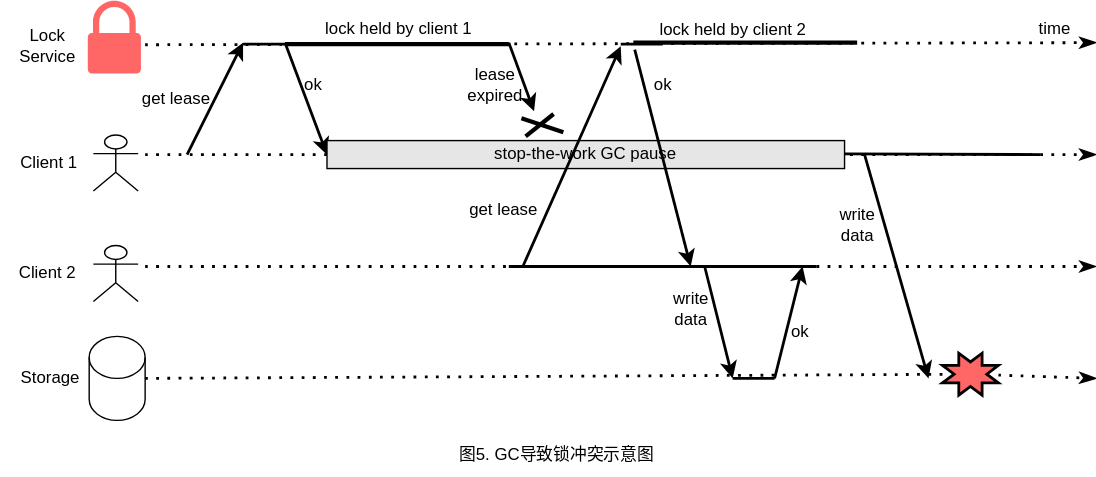
Above: 001-分布式锁/picture/what-is-it-001-007.svg in ssezhangpeng/what-is-it (draw.io), before the change. Source tidied: cells renumbered, new cells last; positions are measured from the earlier drawing's top-left corner, leaving out a move shared by most shapes. Its diagram source:
```xml
<mxGraphModel>
  <root>
    <mxCell id="0" />
    <mxCell id="1" parent="0" />
    <mxCell id="2" style="endArrow=classicThin;dashed=1;html=1;dashPattern=1 3;strokeWidth=2;fontColor=#000000;curved=1;endFill=1;" parent="1" edge="1">
      <mxGeometry relative="1" as="geometry">
        <mxPoint x="103" y="31.5" as="sourcePoint" />
        <mxPoint x="783" y="30" as="targetPoint" />
      </mxGeometry>
    </mxCell>
    <mxCell id="3" style="sketch=0;shadow=0;dashed=0;html=1;strokeColor=none;labelPosition=center;verticalLabelPosition=bottom;verticalAlign=top;align=center;shape=mxgraph.office.security.lock_protected;fillColor=#FF6666;fillStyle=auto;fontColor=#000000;" parent="1" vertex="1">
      <mxGeometry x="62" width="38" height="52" as="geometry" />
    </mxCell>
    <mxCell id="4" value="Lock&lt;br&gt;Service" style="text;html=1;align=center;verticalAlign=middle;strokeColor=none;fillColor=none;fontColor=#000000;" parent="1" vertex="1">
      <mxGeometry x="3" y="12" width="60" height="40" as="geometry" />
    </mxCell>
    <mxCell id="5" style="endArrow=classicThin;dashed=1;html=1;dashPattern=1 3;strokeWidth=2;rounded=0;fontColor=#000000;curved=1;endFill=1;" parent="1" edge="1">
      <mxGeometry relative="1" as="geometry">
        <mxPoint x="103" y="110" as="sourcePoint" />
        <mxPoint x="783" y="110" as="targetPoint" />
      </mxGeometry>
    </mxCell>
    <mxCell id="6" style="endArrow=classicThin;dashed=1;html=1;dashPattern=1 3;strokeWidth=2;rounded=0;fontColor=#000000;curved=1;endFill=1;" parent="1" edge="1">
      <mxGeometry relative="1" as="geometry">
        <mxPoint x="103" y="190" as="sourcePoint" />
        <mxPoint x="783" y="190" as="targetPoint" />
      </mxGeometry>
    </mxCell>
    <mxCell id="7" style="endArrow=classicThin;dashed=1;html=1;dashPattern=1 3;strokeWidth=2;rounded=0;fontColor=#000000;curved=1;startArrow=none;endFill=1;" parent="1" edge="1" source="42">
      <mxGeometry relative="1" as="geometry">
        <mxPoint x="783" y="270" as="targetPoint" />
      </mxGeometry>
    </mxCell>
    <mxCell id="8" style="shape=cylinder3;whiteSpace=wrap;html=1;boundedLbl=1;backgroundOutline=1;size=15;fillStyle=auto;strokeColor=#000000;fontColor=#000000;fillColor=#FFFFFF;" parent="1" vertex="1">
      <mxGeometry x="63" y="240" width="40" height="60" as="geometry" />
    </mxCell>
    <mxCell id="9" value="Storage" style="text;html=1;align=center;verticalAlign=middle;strokeColor=none;fillColor=none;fontColor=#000000;" parent="1" vertex="1">
      <mxGeometry y="255" width="70" height="30" as="geometry" />
    </mxCell>
    <mxCell id="10" style="shape=umlActor;verticalLabelPosition=bottom;verticalAlign=top;html=1;fillStyle=auto;strokeColor=#000000;fontColor=#000000;fillColor=#FFFFFF;" parent="1" vertex="1">
      <mxGeometry x="66" y="96" width="32" height="40" as="geometry" />
    </mxCell>
    <mxCell id="11" style="shape=umlActor;verticalLabelPosition=bottom;verticalAlign=top;html=1;fillStyle=auto;strokeColor=#000000;fontColor=#000000;fillColor=#FFFFFF;" parent="1" vertex="1">
      <mxGeometry x="66" y="175" width="32" height="40" as="geometry" />
    </mxCell>
    <mxCell id="12" value="Client 1" style="text;html=1;align=center;verticalAlign=middle;strokeColor=none;fillColor=none;fontColor=#000000;" parent="1" vertex="1">
      <mxGeometry x="4" y="101" width="60" height="30" as="geometry" />
    </mxCell>
    <mxCell id="13" value="Client 2" style="text;html=1;align=center;verticalAlign=middle;strokeColor=none;fillColor=none;fontColor=#000000;" parent="1" vertex="1">
      <mxGeometry x="3" y="180" width="60" height="30" as="geometry" />
    </mxCell>
    <mxCell id="14" style="endArrow=classic;html=1;rounded=0;fontColor=#000000;curved=1;strokeWidth=2;" parent="1" edge="1">
      <mxGeometry relative="1" as="geometry">
        <mxPoint x="133" y="110" as="sourcePoint" />
        <mxPoint x="173" y="30" as="targetPoint" />
      </mxGeometry>
    </mxCell>
    <mxCell id="15" value="get lease" style="text;html=1;align=center;verticalAlign=middle;strokeColor=none;fillColor=none;fontColor=#000000;" parent="1" vertex="1">
      <mxGeometry x="90" y="55" width="70" height="30" as="geometry" />
    </mxCell>
    <mxCell id="16" style="endArrow=classic;html=1;rounded=0;fontColor=#000000;curved=1;strokeWidth=2;" parent="1" edge="1">
      <mxGeometry relative="1" as="geometry">
        <mxPoint x="203" y="30" as="sourcePoint" />
        <mxPoint x="233" y="110" as="targetPoint" />
      </mxGeometry>
    </mxCell>
    <mxCell id="17" value="ok" style="text;html=1;align=center;verticalAlign=middle;strokeColor=none;fillColor=none;fontColor=#000000;" parent="1" vertex="1">
      <mxGeometry x="203" y="45" width="40" height="30" as="geometry" />
    </mxCell>
    <mxCell id="18" style="endArrow=none;html=1;rounded=0;fontColor=#000000;curved=1;strokeWidth=3;" parent="1" edge="1">
      <mxGeometry relative="1" as="geometry">
        <mxPoint x="203" y="31" as="sourcePoint" />
        <mxPoint x="363" y="31" as="targetPoint" />
      </mxGeometry>
    </mxCell>
    <mxCell id="19" value="lock held by client 1" style="text;html=1;align=center;verticalAlign=middle;strokeColor=none;fillColor=none;fontColor=#000000;" parent="1" vertex="1">
      <mxGeometry x="219" y="5" width="130" height="30" as="geometry" />
    </mxCell>
    <mxCell id="20" value="stop-the-work GC pause" style="rounded=0;whiteSpace=wrap;html=1;fillStyle=auto;strokeColor=#000000;fontColor=#000000;fillColor=#E6E6E6;" parent="1" vertex="1">
      <mxGeometry x="233" y="100" width="370" height="20" as="geometry" />
    </mxCell>
    <mxCell id="21" style="endArrow=none;html=1;rounded=0;strokeWidth=2;fontColor=#000000;curved=1;" parent="1" edge="1">
      <mxGeometry relative="1" as="geometry">
        <mxPoint x="173" y="31" as="sourcePoint" />
        <mxPoint x="203" y="31" as="targetPoint" />
      </mxGeometry>
    </mxCell>
    <mxCell id="22" style="endArrow=classic;html=1;rounded=0;strokeWidth=2;fontColor=#000000;curved=1;entryX=0.967;entryY=0.975;entryDx=0;entryDy=0;entryPerimeter=0;" parent="1" edge="1" target="23">
      <mxGeometry relative="1" as="geometry">
        <mxPoint x="363" y="30" as="sourcePoint" />
      </mxGeometry>
    </mxCell>
    <mxCell id="23" value="lease&lt;br&gt;expired" style="text;html=1;align=center;verticalAlign=middle;points=[];strokeColor=none;fillColor=none;fontColor=#000000;strokeWidth=2;" parent="1" vertex="1">
      <mxGeometry x="323" y="40" width="60" height="40" as="geometry" />
    </mxCell>
    <mxCell id="24" style="endArrow=none;html=1;rounded=0;strokeWidth=3;fontColor=#000000;curved=1;" parent="1" edge="1">
      <mxGeometry relative="1" as="geometry">
        <mxPoint x="375" y="97" as="sourcePoint" />
        <mxPoint x="395" y="81" as="targetPoint" />
      </mxGeometry>
    </mxCell>
    <mxCell id="25" style="endArrow=none;html=1;rounded=0;strokeWidth=3;fontColor=#000000;curved=1;" parent="1" edge="1">
      <mxGeometry relative="1" as="geometry">
        <mxPoint x="372" y="84" as="sourcePoint" />
        <mxPoint x="402" y="94" as="targetPoint" />
      </mxGeometry>
    </mxCell>
    <mxCell id="26" style="endArrow=classic;html=1;rounded=0;strokeWidth=2;fontColor=#000000;curved=1;" parent="1" edge="1">
      <mxGeometry relative="1" as="geometry">
        <mxPoint x="373" y="190" as="sourcePoint" />
        <mxPoint x="443" y="32.5" as="targetPoint" />
      </mxGeometry>
    </mxCell>
    <mxCell id="27" value="get lease" style="text;html=1;align=center;verticalAlign=middle;strokeColor=none;fillColor=none;fontColor=#000000;" parent="1" vertex="1">
      <mxGeometry x="324" y="135" width="70" height="30" as="geometry" />
    </mxCell>
    <mxCell id="28" style="endArrow=classic;html=1;rounded=0;strokeWidth=2;fontColor=#000000;curved=1;" parent="1" edge="1">
      <mxGeometry relative="1" as="geometry">
        <mxPoint x="453" y="35" as="sourcePoint" />
        <mxPoint x="493" y="190" as="targetPoint" />
      </mxGeometry>
    </mxCell>
    <mxCell id="29" value="ok" style="text;html=1;align=center;verticalAlign=middle;strokeColor=none;fillColor=none;fontColor=#000000;" parent="1" vertex="1">
      <mxGeometry x="453" y="45" width="40" height="30" as="geometry" />
    </mxCell>
    <mxCell id="30" style="endArrow=none;html=1;rounded=0;fontColor=#000000;curved=1;strokeWidth=3;" parent="1" edge="1">
      <mxGeometry relative="1" as="geometry">
        <mxPoint x="452" y="30" as="sourcePoint" />
        <mxPoint x="612" y="30" as="targetPoint" />
      </mxGeometry>
    </mxCell>
    <mxCell id="31" style="endArrow=none;html=1;rounded=0;strokeWidth=2;fontColor=#000000;curved=1;" parent="1" edge="1">
      <mxGeometry relative="1" as="geometry">
        <mxPoint x="443" y="31" as="sourcePoint" />
        <mxPoint x="473" y="31" as="targetPoint" />
      </mxGeometry>
    </mxCell>
    <mxCell id="32" value="lock held by client 2" style="text;html=1;align=center;verticalAlign=middle;strokeColor=none;fillColor=none;fontColor=#000000;" parent="1" vertex="1">
      <mxGeometry x="458" y="6" width="130" height="30" as="geometry" />
    </mxCell>
    <mxCell id="33" style="endArrow=none;html=1;rounded=0;strokeWidth=2;fontColor=#000000;curved=1;" parent="1" edge="1">
      <mxGeometry relative="1" as="geometry">
        <mxPoint x="363" y="190" as="sourcePoint" />
        <mxPoint x="583" y="190" as="targetPoint" />
      </mxGeometry>
    </mxCell>
    <mxCell id="34" style="endArrow=classic;html=1;rounded=0;strokeWidth=2;fontColor=#000000;curved=1;" parent="1" edge="1">
      <mxGeometry relative="1" as="geometry">
        <mxPoint x="503" y="190" as="sourcePoint" />
        <mxPoint x="523" y="270" as="targetPoint" />
      </mxGeometry>
    </mxCell>
    <mxCell id="35" style="endArrow=none;html=1;rounded=0;strokeWidth=2;fontColor=#000000;curved=1;" parent="1" edge="1">
      <mxGeometry relative="1" as="geometry">
        <mxPoint x="523" y="270" as="sourcePoint" />
        <mxPoint x="553" y="270" as="targetPoint" />
      </mxGeometry>
    </mxCell>
    <mxCell id="36" style="endArrow=classic;html=1;rounded=0;strokeWidth=2;fontColor=#000000;curved=1;" parent="1" edge="1">
      <mxGeometry relative="1" as="geometry">
        <mxPoint x="553" y="270" as="sourcePoint" />
        <mxPoint x="573" y="190" as="targetPoint" />
      </mxGeometry>
    </mxCell>
    <mxCell id="37" value="write&lt;br&gt;data" style="text;html=1;align=center;verticalAlign=middle;strokeColor=none;fillColor=none;fontColor=#000000;" parent="1" vertex="1">
      <mxGeometry x="468" y="200" width="50" height="40" as="geometry" />
    </mxCell>
    <mxCell id="38" value="ok" style="text;html=1;align=center;verticalAlign=middle;strokeColor=none;fillColor=none;fontColor=#000000;" parent="1" vertex="1">
      <mxGeometry x="551" y="222" width="40" height="30" as="geometry" />
    </mxCell>
    <mxCell id="39" style="endArrow=none;html=1;rounded=0;strokeWidth=2;fontColor=#000000;curved=1;" parent="1" edge="1">
      <mxGeometry relative="1" as="geometry">
        <mxPoint x="603" y="109.5" as="sourcePoint" />
        <mxPoint x="743" y="110" as="targetPoint" />
      </mxGeometry>
    </mxCell>
    <mxCell id="40" style="endArrow=classic;html=1;rounded=0;strokeWidth=2;fontColor=#000000;curved=1;" parent="1" edge="1">
      <mxGeometry relative="1" as="geometry">
        <mxPoint x="617" y="109" as="sourcePoint" />
        <mxPoint x="663" y="270" as="targetPoint" />
      </mxGeometry>
    </mxCell>
    <mxCell id="41" value="write&lt;br&gt;data" style="text;html=1;align=center;verticalAlign=middle;strokeColor=none;fillColor=none;fontColor=#000000;" parent="1" vertex="1">
      <mxGeometry x="587" y="140" width="50" height="40" as="geometry" />
    </mxCell>
    <mxCell id="42" style="verticalLabelPosition=bottom;verticalAlign=top;html=1;shape=mxgraph.basic.8_point_star;fillStyle=auto;strokeColor=#000000;strokeWidth=2;fontColor=#000000;fillColor=#FF6666;" parent="1" vertex="1">
      <mxGeometry x="673" y="252" width="40" height="30" as="geometry" />
    </mxCell>
    <mxCell id="43" style="endArrow=none;dashed=1;html=1;dashPattern=1 3;strokeWidth=2;rounded=0;fontColor=#000000;curved=1;" parent="1" edge="1" target="42">
      <mxGeometry relative="1" as="geometry">
        <mxPoint x="103" y="270" as="sourcePoint" />
      </mxGeometry>
    </mxCell>
    <mxCell id="44" value="time" style="text;html=1;align=center;verticalAlign=middle;strokeColor=none;fillColor=none;fontColor=#000000;" parent="1" vertex="1">
      <mxGeometry x="728" y="5" width="50" height="30" as="geometry" />
    </mxCell>
    <mxCell id="45" value="图5. GC导致锁冲突示意图" style="text;html=1;align=center;verticalAlign=middle;strokeColor=none;fillColor=none;fontColor=#000000;" parent="1" vertex="1">
      <mxGeometry x="317" y="310" width="160" height="30" as="geometry" />
    </mxCell>
  </root>
</mxGraphModel>
```
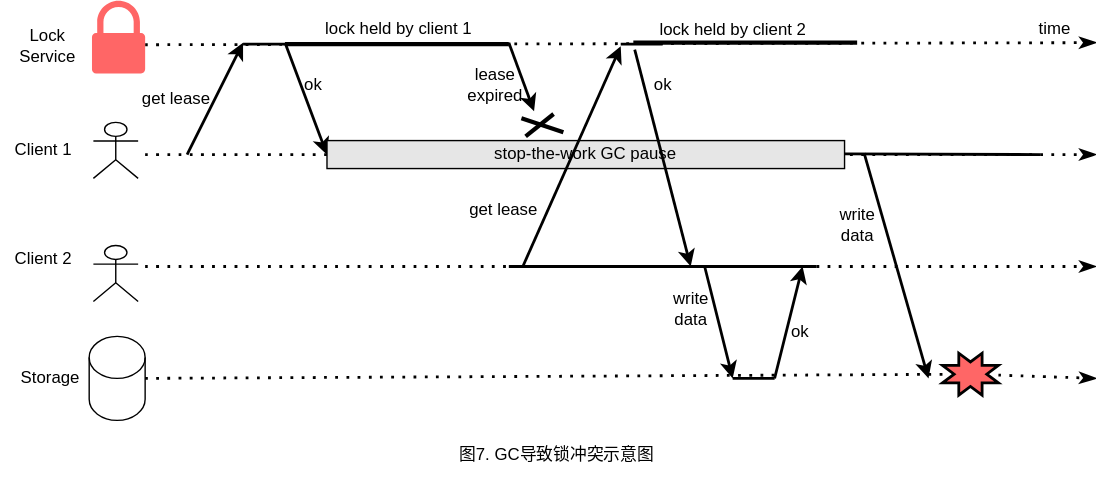
Above is the later version.

Diff of the diagram source:
```diff
@@ -9,7 +9,7 @@
       </mxGeometry>
     </mxCell>
     <mxCell id="3" style="sketch=0;shadow=0;dashed=0;html=1;strokeColor=none;labelPosition=center;verticalLabelPosition=bottom;verticalAlign=top;align=center;shape=mxgraph.office.security.lock_protected;fillColor=#FF6666;fillStyle=auto;fontColor=#000000;" parent="1" vertex="1">
-      <mxGeometry x="62" width="38" height="52" as="geometry" />
+      <mxGeometry x="65" width="38" height="52" as="geometry" />
     </mxCell>
     <mxCell id="4" value="Lock&lt;br&gt;Service" style="text;html=1;align=center;verticalAlign=middle;strokeColor=none;fillColor=none;fontColor=#000000;" parent="1" vertex="1">
       <mxGeometry x="3" y="12" width="60" height="40" as="geometry" />
@@ -38,16 +38,16 @@
       <mxGeometry y="255" width="70" height="30" as="geometry" />
     </mxCell>
     <mxCell id="10" style="shape=umlActor;verticalLabelPosition=bottom;verticalAlign=top;html=1;fillStyle=auto;strokeColor=#000000;fontColor=#000000;fillColor=#FFFFFF;" parent="1" vertex="1">
-      <mxGeometry x="66" y="96" width="32" height="40" as="geometry" />
+      <mxGeometry x="66" y="87" width="32" height="40" as="geometry" />
     </mxCell>
     <mxCell id="11" style="shape=umlActor;verticalLabelPosition=bottom;verticalAlign=top;html=1;fillStyle=auto;strokeColor=#000000;fontColor=#000000;fillColor=#FFFFFF;" parent="1" vertex="1">
       <mxGeometry x="66" y="175" width="32" height="40" as="geometry" />
     </mxCell>
     <mxCell id="12" value="Client 1" style="text;html=1;align=center;verticalAlign=middle;strokeColor=none;fillColor=none;fontColor=#000000;" parent="1" vertex="1">
-      <mxGeometry x="4" y="101" width="60" height="30" as="geometry" />
+      <mxGeometry y="92" width="60" height="30" as="geometry" />
     </mxCell>
     <mxCell id="13" value="Client 2" style="text;html=1;align=center;verticalAlign=middle;strokeColor=none;fillColor=none;fontColor=#000000;" parent="1" vertex="1">
-      <mxGeometry x="3" y="180" width="60" height="30" as="geometry" />
+      <mxGeometry y="170" width="60" height="30" as="geometry" />
     </mxCell>
     <mxCell id="14" style="endArrow=classic;html=1;rounded=0;fontColor=#000000;curved=1;strokeWidth=2;" parent="1" edge="1">
       <mxGeometry relative="1" as="geometry">
@@ -194,7 +194,7 @@
     <mxCell id="44" value="time" style="text;html=1;align=center;verticalAlign=middle;strokeColor=none;fillColor=none;fontColor=#000000;" parent="1" vertex="1">
       <mxGeometry x="728" y="5" width="50" height="30" as="geometry" />
     </mxCell>
-    <mxCell id="45" value="图5. GC导致锁冲突示意图" style="text;html=1;align=center;verticalAlign=middle;strokeColor=none;fillColor=none;fontColor=#000000;" parent="1" vertex="1">
+    <mxCell id="45" value="图7. GC导致锁冲突示意图" style="text;html=1;align=center;verticalAlign=middle;strokeColor=none;fillColor=none;fontColor=#000000;" parent="1" vertex="1">
       <mxGeometry x="317" y="310" width="160" height="30" as="geometry" />
     </mxCell>
   </root>
```
